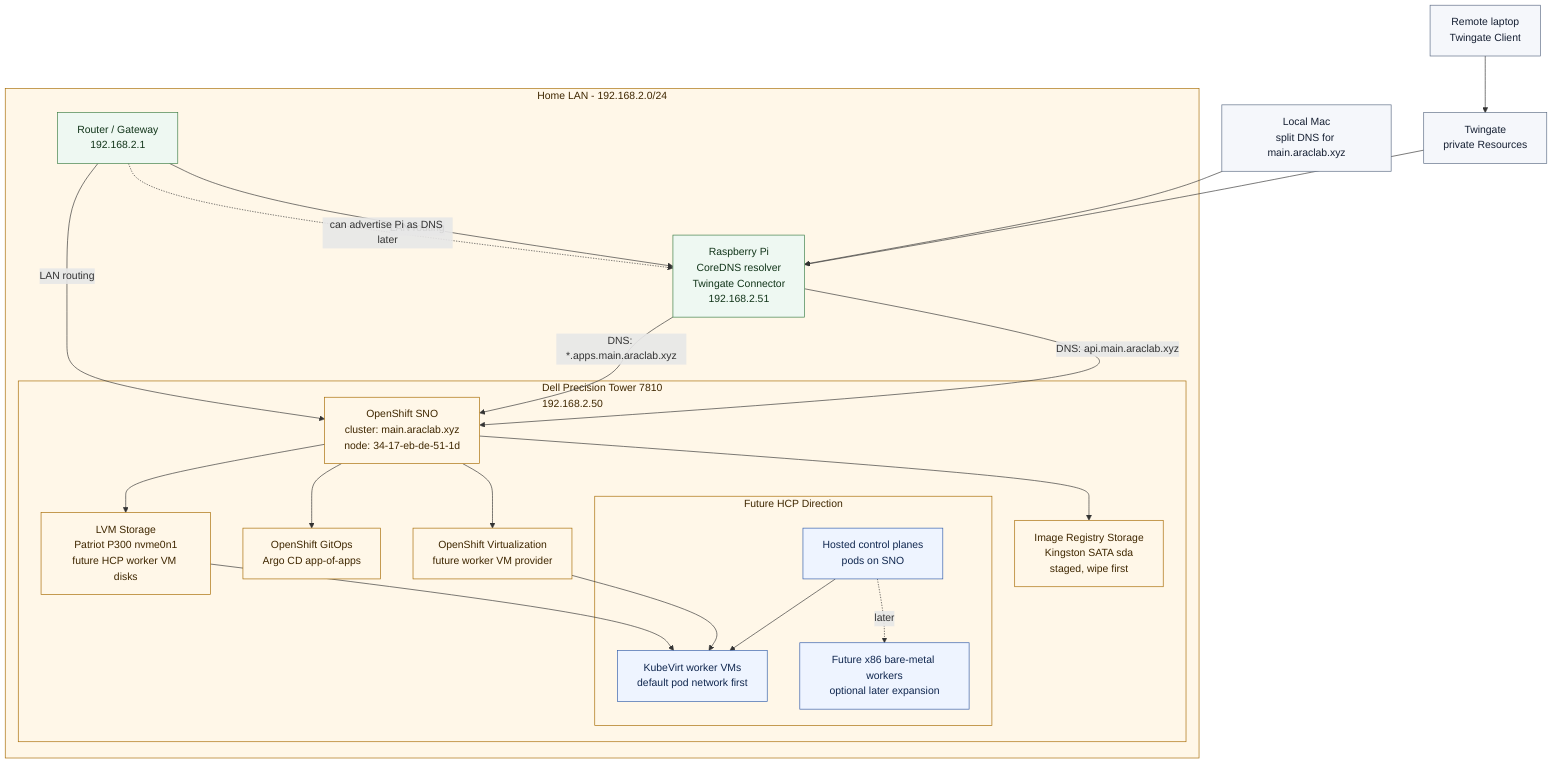
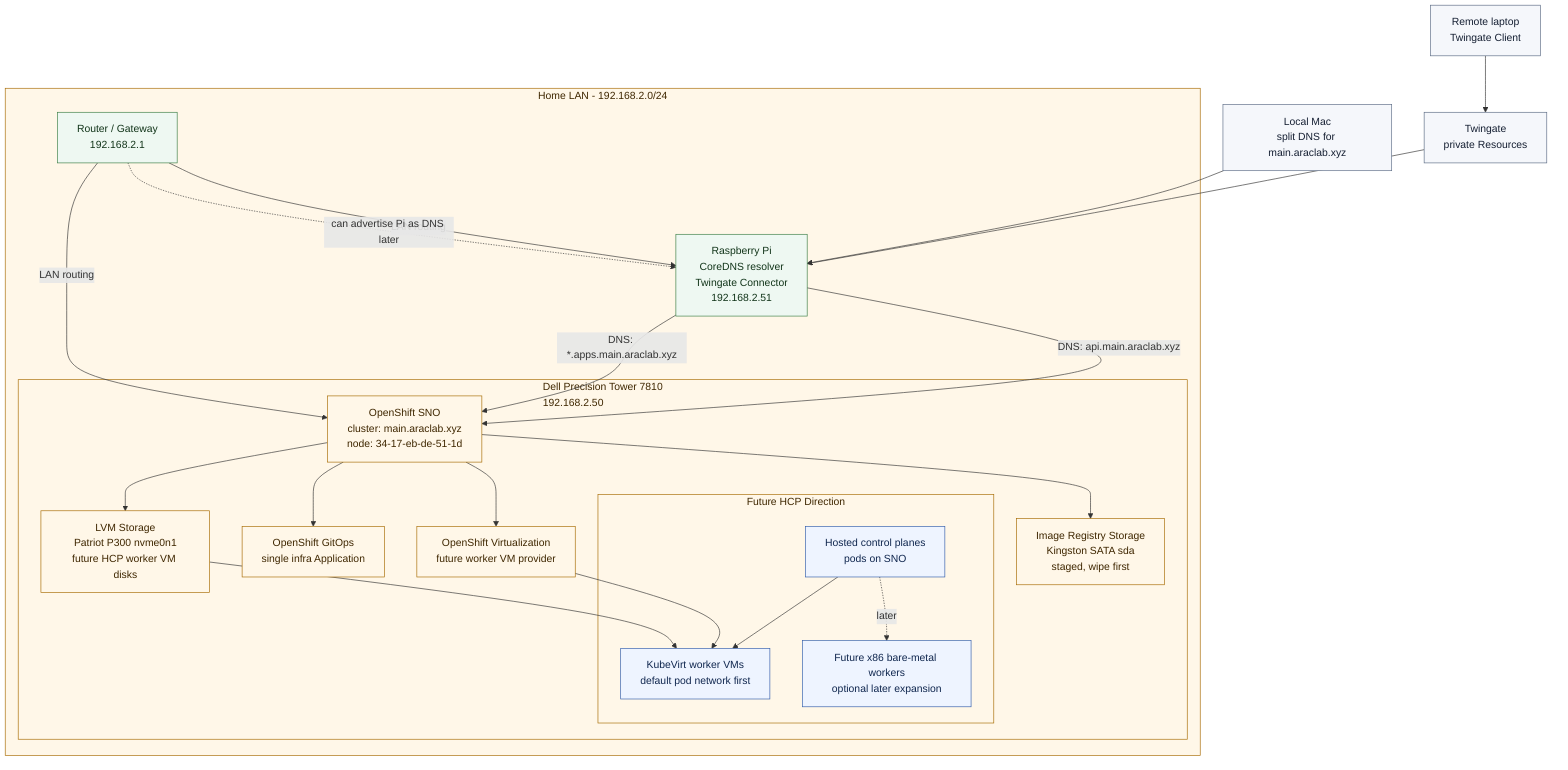
flowchart TB
  remoteClient["Remote laptop<br/>Twingate Client"]
  localClient["Local Mac<br/>split DNS for main.araclab.xyz"]
  twingate["Twingate<br/>private Resources"]

  subgraph home["Home LAN - 192.168.2.0/24"]
    router["Router / Gateway<br/>192.168.2.1"]
    pi["Raspberry Pi<br/>CoreDNS resolver<br/>Twingate Connector<br/>192.168.2.51"]

    subgraph tower["Dell Precision Tower 7810<br/>192.168.2.50"]
      sno["OpenShift SNO<br/>cluster: main.araclab.xyz<br/>node: 34-17-eb-de-51-1d"]
-       gitops["OpenShift GitOps<br/>Argo CD app-of-apps"]
+       gitops["OpenShift GitOps<br/>single infra Application"]
      virt["OpenShift Virtualization<br/>future worker VM provider"]
      lvm["LVM Storage<br/>Patriot P300 nvme0n1<br/>future HCP worker VM disks"]
      registry["Image Registry Storage<br/>Kingston SATA sda<br/>staged, wipe first"]

      subgraph futureHcp["Future HCP Direction"]
        hcp["Hosted control planes<br/>pods on SNO"]
        workerVms["KubeVirt worker VMs<br/>default pod network first"]
        bareMetalWorkers["Future x86 bare-metal workers<br/>optional later expansion"]
      end
    end
  end

  remoteClient --> twingate
  twingate --> pi
  localClient --> pi
  pi -->|"DNS: api.main.araclab.xyz"| sno
  pi -->|"DNS: *.apps.main.araclab.xyz"| sno
  router -->|"LAN routing"| pi
  router -->|"LAN routing"| sno
  router -. "can advertise Pi as DNS later" .-> pi

  sno --> gitops
  sno --> virt
  sno --> lvm
  sno --> registry

  hcp --> workerVms
  virt --> workerVms
  lvm --> workerVms
  hcp -. "later" .-> bareMetalWorkers

  classDef external fill:#f5f7fb,stroke:#5b6b84,stroke-width:1px,color:#162033;
  classDef network fill:#eef8f2,stroke:#3a7d44,stroke-width:1px,color:#12351a;
  classDef cluster fill:#fff7e8,stroke:#a66a00,stroke-width:1px,color:#3f2700;
  classDef future fill:#eef4ff,stroke:#315caa,stroke-width:1px,color:#10274f;

  class remoteClient,localClient,twingate external;
  class router,pi network;
  class sno,gitops,virt,lvm,registry cluster;
  class hcp,workerVms,bareMetalWorkers future;
